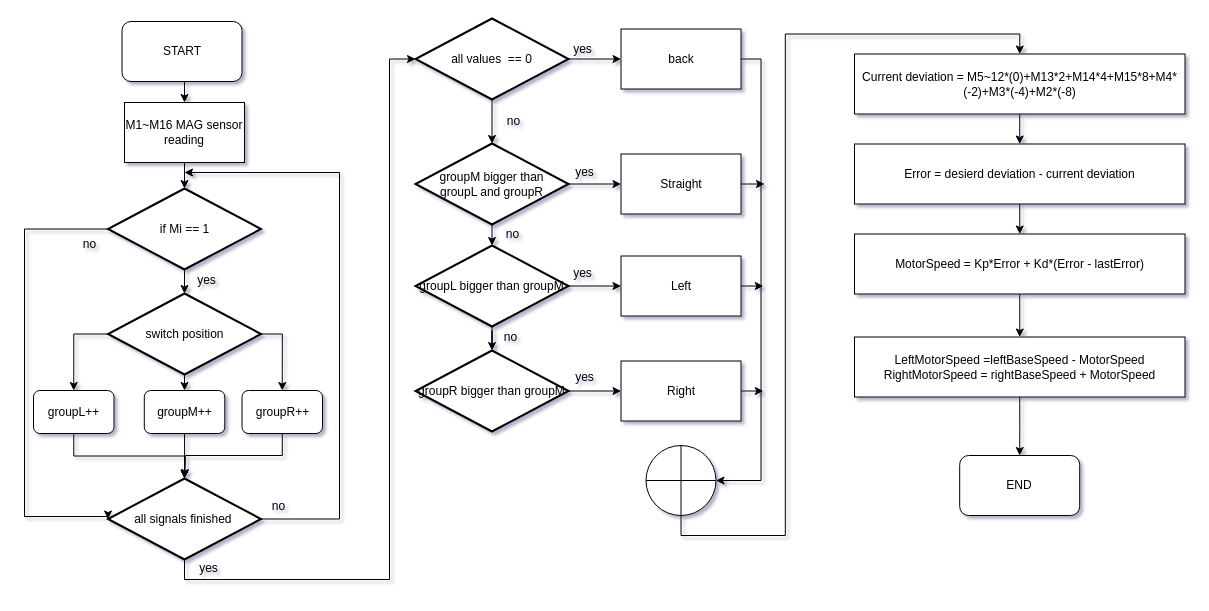
This is Untitled Diagram.drawio from x-dl/git, a draw.io file, before an edit. Source tidied: cells renumbered, new cells numbered last; positions are measured from the earlier drawing's top-left corner, leaving out a move shared by most shapes. Both pictures are drawn from the tidied source at 100%, with x=0, y=0 at pixel (24, 18).
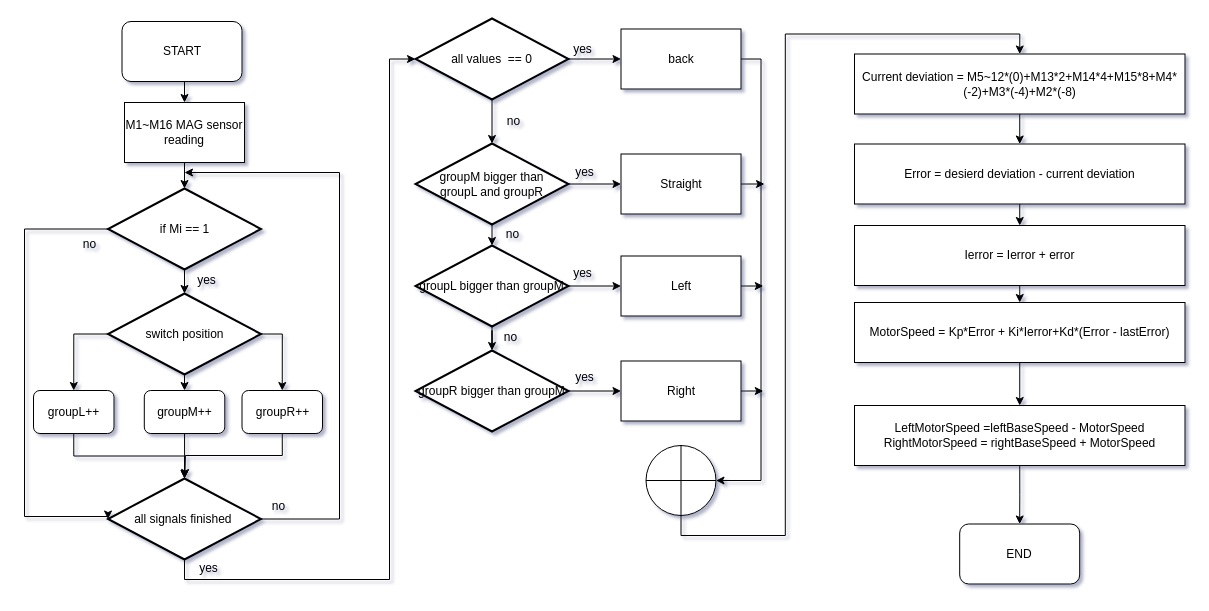
The same page after the edit.

The change refers to these unchanged cells:
```xml
<mxCell id="53" value="Error = desierd deviation - current deviation" style="whiteSpace=wrap;html=1;" parent="1" vertex="1">
  <mxGeometry x="830" y="125.5" width="330.5" height="60" as="geometry" />
</mxCell>
```

The edit, as a diff of the source:
```diff
@@
-    <mxCell id="52" style="edgeStyle=orthogonalEdgeStyle;rounded=0;jettySize=auto;html=1;exitX=0.5;exitY=1;exitDx=0;exitDy=0;entryX=0.5;entryY=0;entryDx=0;entryDy=0;" parent="1" edge="1" source="53" target="55">
-      <mxGeometry relative="1" as="geometry" />
-    </mxCell>
+    <mxCell id="63" style="edgeStyle=orthogonalEdgeStyle;rounded=0;jettySize=auto;html=1;exitX=0.5;exitY=1;exitDx=0;exitDy=0;entryX=0.5;entryY=0;entryDx=0;entryDy=0;" parent="1" edge="1" source="53" target="65">
+      <mxGeometry relative="1" as="geometry" />
+    </mxCell>
@@
-    <mxCell id="55" value="MotorSpeed = Kp*Error + Kd*(Error - lastError)" style="whiteSpace=wrap;html=1;" parent="1" vertex="1">
-      <mxGeometry x="830" y="215.5" width="330.5" height="60" as="geometry" />
+    <mxCell id="55" value="MotorSpeed = Kp*Error + Ki*Ierror+Kd*(Error - lastError)" style="whiteSpace=wrap;html=1;" parent="1" vertex="1">
+      <mxGeometry x="830" y="284" width="330.5" height="60" as="geometry" />
     </mxCell>
@@
     <mxCell id="57" value="LeftMotorSpeed =leftBaseSpeed - MotorSpeed&lt;br&gt;RightMotorSpeed = rightBaseSpeed + MotorSpeed" style="whiteSpace=wrap;html=1;" parent="1" vertex="1">
-      <mxGeometry x="830" y="318.5" width="330.5" height="60" as="geometry" />
+      <mxGeometry x="830" y="387" width="330.5" height="60" as="geometry" />
     </mxCell>
@@
     <mxCell id="60" value="END" style="rounded=1;whiteSpace=wrap;html=1;labelBackgroundColor=#FFFFFF;" parent="1" vertex="1">
-      <mxGeometry x="935.2" y="437" width="120" height="60" as="geometry" />
+      <mxGeometry x="935.2" y="505.5" width="120" height="60" as="geometry" />
     </mxCell>
@@
+    <mxCell id="64" style="edgeStyle=orthogonalEdgeStyle;rounded=0;jettySize=auto;html=1;exitX=0.5;exitY=1;exitDx=0;exitDy=0;entryX=0.5;entryY=0;entryDx=0;entryDy=0;" parent="1" edge="1" source="65" target="55">
+      <mxGeometry relative="1" as="geometry" />
+    </mxCell>
+    <mxCell id="65" value="Ierror = Ierror + error" style="whiteSpace=wrap;html=1;" parent="1" vertex="1">
+      <mxGeometry x="830" y="207" width="330.5" height="60" as="geometry" />
+    </mxCell>
```
